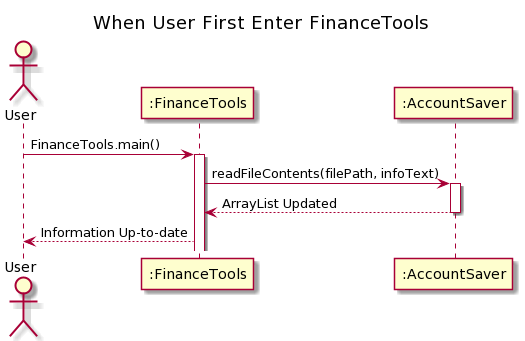
The PlantUML diagram docs/uml_images/financetools/AccountStorage/AccountStorageSequenceDiagram(3).png in nus-cs2113-AY2021S1/tp, before a commit. The source it was exported from:
```plantuml
@startuml
title When User First Enter FinanceTools
actor User

User -> ":FinanceTools" : FinanceTools.main()
activate ":FinanceTools"

":FinanceTools" -> ":AccountSaver" : readFileContents(filePath, infoText)
activate ":AccountSaver"

":AccountSaver" --> ":FinanceTools" : ArrayList Updated
deactivate ":AccountSaver"

":FinanceTools" --> User : Information Up-to-date
@enduml
```
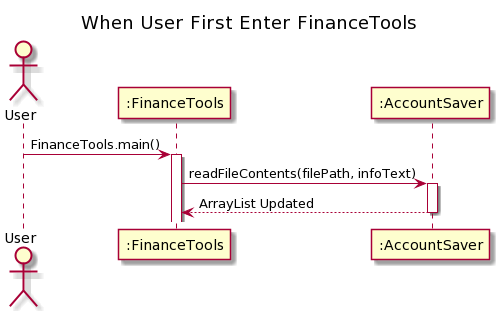
Later version of the same file.

Change to the diagram source:
```diff
@@ -10,6 +10,4 @@
 
 ":AccountSaver" --> ":FinanceTools" : ArrayList Updated
 deactivate ":AccountSaver"
-
-":FinanceTools" --> User : Information Up-to-date
 @enduml
```
